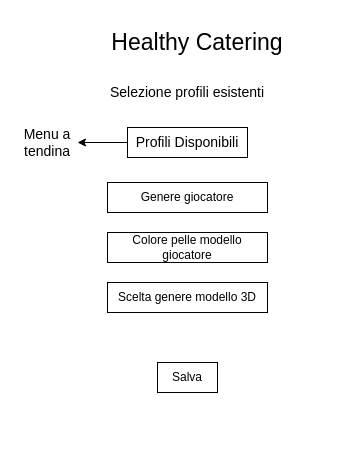
The draw.io diagram doc/Progetti Drawio/Prototipi/PrototipoSelezioneProfilo.drawio in zSavT/Healthy-Catering, before the edit. Source tidied: cells renumbered, new cells numbered last; positions are measured from the earlier drawing's top-left corner, leaving out a move shared by most shapes. Both pictures are drawn from the tidied source at 100%, with x=0, y=0 at pixel (17, 17).
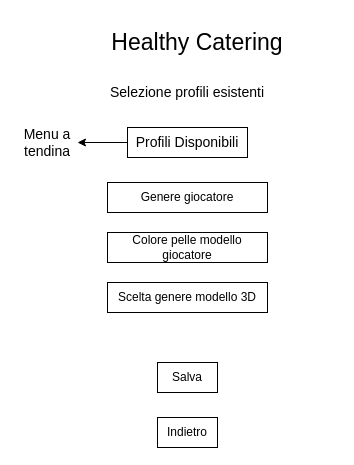
After the change.

What changed in the source:
```diff
@@
 <mxGraphModel>
   <root>
     <mxCell id="0" />
     <mxCell id="1" parent="0" />
     <mxCell id="2" value="&lt;font style=&quot;font-size: 23px&quot;&gt;Healthy Catering&lt;/font&gt;" style="text;html=1;strokeColor=none;fillColor=none;align=center;verticalAlign=middle;whiteSpace=wrap;rounded=0;" parent="1" vertex="1">
       <mxGeometry x="40" width="280" height="50" as="geometry" />
     </mxCell>
     <mxCell id="3" value="&lt;font style=&quot;font-size: 14px;&quot;&gt;Selezione profili esistenti&lt;/font&gt;" style="text;html=1;strokeColor=none;fillColor=none;align=center;verticalAlign=middle;whiteSpace=wrap;rounded=0;" parent="1" vertex="1">
       <mxGeometry x="85" y="60" width="170" height="30" as="geometry" />
     </mxCell>
     <mxCell id="4" value="Profili Disponibili" style="rounded=0;whiteSpace=wrap;html=1;fontSize=14;" parent="1" vertex="1">
       <mxGeometry x="110" y="110" width="120" height="30" as="geometry" />
     </mxCell>
     <mxCell id="5" style="endArrow=classic;html=1;rounded=0;fontSize=14;exitX=0;exitY=0.5;exitDx=0;exitDy=0;" parent="1" edge="1" source="4" target="6">
       <mxGeometry relative="1" as="geometry" />
     </mxCell>
     <mxCell id="6" value="Menu a tendina" style="text;html=1;strokeColor=none;fillColor=none;align=center;verticalAlign=middle;whiteSpace=wrap;rounded=0;fontSize=14;" parent="1" vertex="1">
       <mxGeometry y="110" width="60" height="30" as="geometry" />
     </mxCell>
     <mxCell id="7" value="Genere giocatore" style="rounded=0;whiteSpace=wrap;html=1;hachureGap=4;" parent="1" vertex="1">
       <mxGeometry x="90" y="165" width="160" height="30" as="geometry" />
     </mxCell>
     <mxCell id="8" value="Colore pelle modello giocatore" style="rounded=0;whiteSpace=wrap;html=1;hachureGap=4;" parent="1" vertex="1">
       <mxGeometry x="90" y="215" width="160" height="30" as="geometry" />
     </mxCell>
     <mxCell id="9" value="Scelta genere modello 3D" style="rounded=0;whiteSpace=wrap;html=1;hachureGap=4;" parent="1" vertex="1">
       <mxGeometry x="90" y="265" width="160" height="30" as="geometry" />
     </mxCell>
     <mxCell id="10" value="Salva" style="rounded=0;whiteSpace=wrap;html=1;hachureGap=4;" parent="1" vertex="1">
       <mxGeometry x="140" y="345" width="60" height="30" as="geometry" />
     </mxCell>
+    <mxCell id="11" value="Indietro" style="rounded=0;whiteSpace=wrap;html=1;hachureGap=4;" parent="1" vertex="1">
+      <mxGeometry x="140" y="400" width="60" height="30" as="geometry" />
+    </mxCell>
   </root>
 </mxGraphModel>
```
